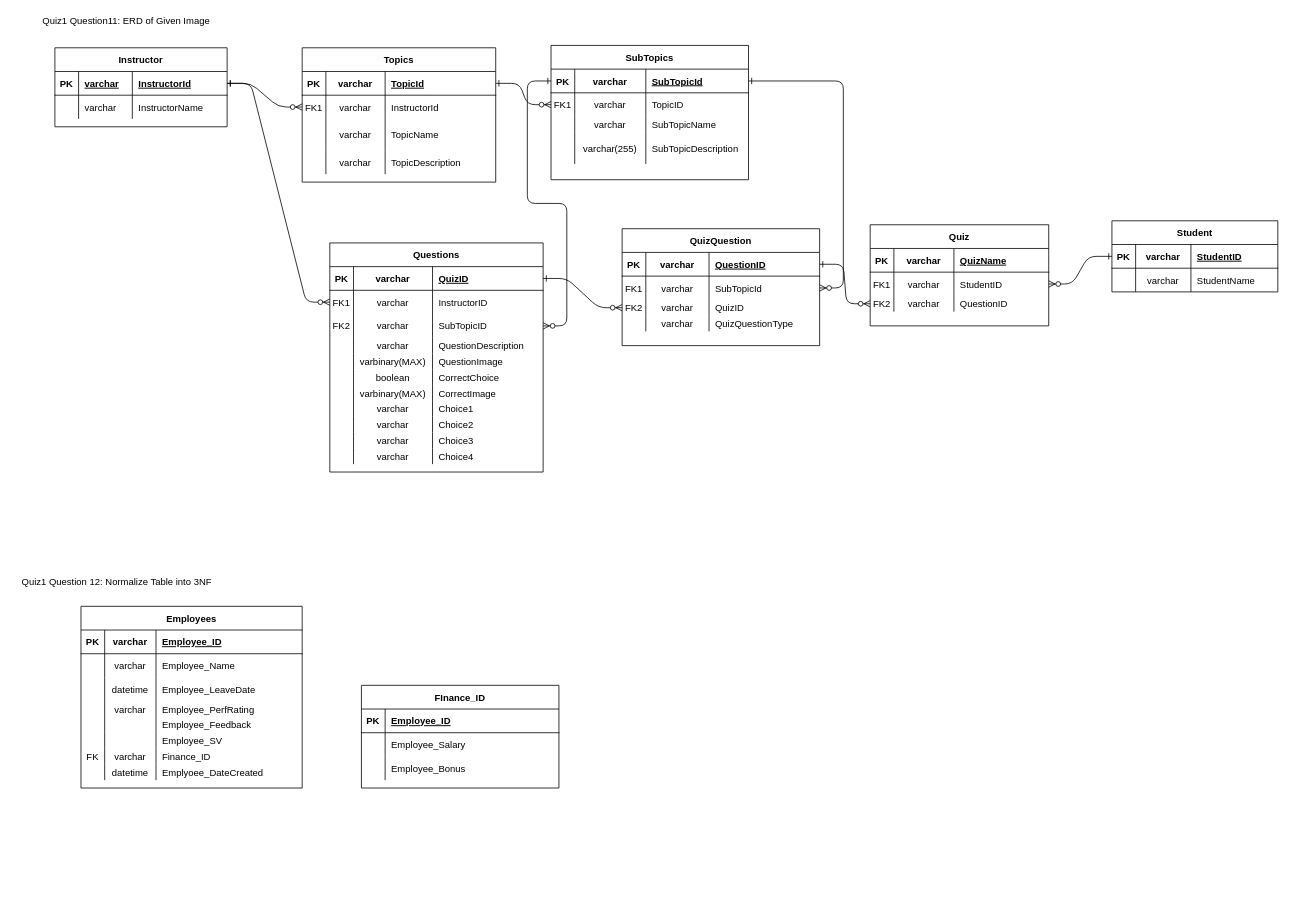
Above: Quiz1Part1_111021.drawio in AmirAini/portfolio1 (draw.io), before the change. Source tidied: cells renumbered, new cells numbered last; positions are measured from the earlier drawing's top-left corner, leaving out a move shared by most shapes. Both pictures are drawn from the tidied source at 79%, with x=0, y=0 at pixel (13, 13).
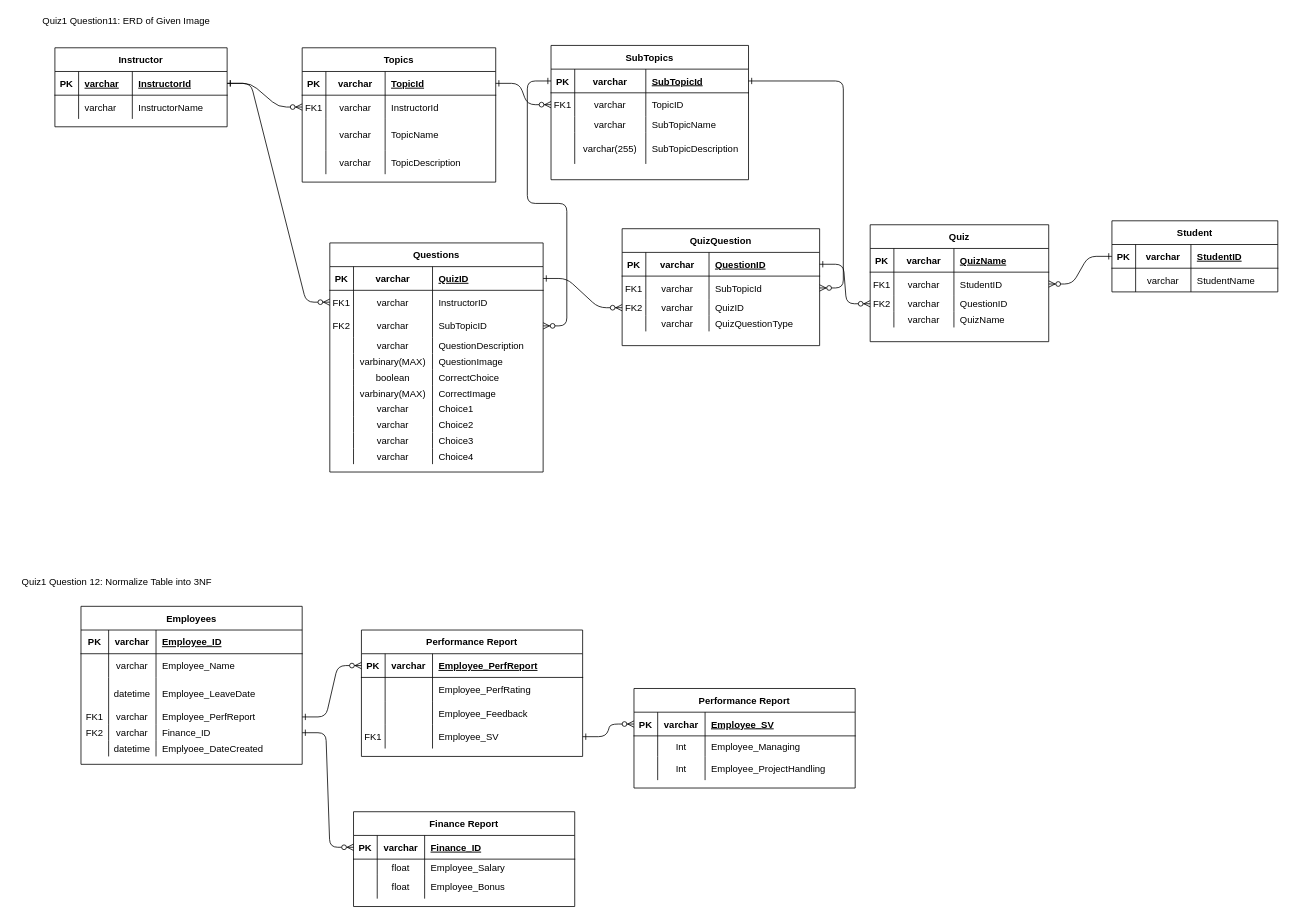
The same diagram, later.

The change refers to these unchanged cells:
```xml
<mxCell id="141" style="shape=partialRectangle;fillColor=none;top=0;left=0;right=0;bottom=1;" parent="140" vertex="1">
  <mxGeometry y="30" width="280" height="30" as="geometry" />
</mxCell>
<mxCell id="145" style="shape=partialRectangle;fillColor=none;top=0;left=0;right=0;bottom=0;" parent="140" vertex="1">
  <mxGeometry y="60" width="280" height="30" as="geometry" />
</mxCell>
```

The edit, as a diff of the source:
```diff
@@
     <mxCell id="125" value="Quiz" style="shape=table;startSize=30;childLayout=tableLayout;rowLines=0;fontStyle=1;align=center;" parent="1" vertex="1">
-      <mxGeometry x="1084" y="267" width="226" height="128" as="geometry" />
+      <mxGeometry x="1084" y="267" width="226" height="148" as="geometry" />
     </mxCell>
@@
+    <mxCell id="183" style="shape=partialRectangle;fillColor=none;top=0;left=0;right=0;bottom=0;" parent="125" vertex="1">
+      <mxGeometry y="110" width="226" height="20" as="geometry" />
+    </mxCell>
+    <mxCell id="184" style="shape=partialRectangle;overflow=hidden;fillColor=none;top=0;left=0;bottom=0;right=0;" parent="183" vertex="1">
+      <mxGeometry width="30" height="20" as="geometry" />
+    </mxCell>
+    <mxCell id="185" value="varchar" style="shape=partialRectangle;overflow=hidden;fillColor=none;top=0;left=0;bottom=0;right=0;" parent="183" vertex="1">
+      <mxGeometry x="30" width="76" height="20" as="geometry" />
+    </mxCell>
+    <mxCell id="186" value="QuizName" style="shape=partialRectangle;overflow=hidden;fillColor=none;top=0;left=0;bottom=0;right=0;align=left;spacingLeft=6;" parent="183" vertex="1">
+      <mxGeometry x="106" width="120" height="20" as="geometry" />
+    </mxCell>
@@
     <mxCell id="140" value="Employees" style="shape=table;startSize=30;childLayout=tableLayout;rowLines=0;fontStyle=1;align=center;" parent="1" vertex="1">
-      <mxGeometry x="85" y="750" width="280" height="230" as="geometry" />
+      <mxGeometry x="85" y="750" width="280" height="200" as="geometry" />
     </mxCell>
@@
     <mxCell id="142" value="PK" style="shape=partialRectangle;overflow=hidden;fillColor=none;top=0;left=0;bottom=0;right=0;fontStyle=1;" parent="141" vertex="1">
-      <mxGeometry width="30" height="30" as="geometry" />
+      <mxGeometry width="35" height="30" as="geometry" />
     </mxCell>
     <mxCell id="143" value="varchar" style="shape=partialRectangle;overflow=hidden;fillColor=none;top=0;left=0;bottom=0;right=0;fontStyle=1;" parent="141" vertex="1">
-      <mxGeometry x="30" width="65" height="30" as="geometry" />
+      <mxGeometry x="35" width="60" height="30" as="geometry" />
     </mxCell>
@@
     <mxCell id="146" style="shape=partialRectangle;overflow=hidden;fillColor=none;top=0;left=0;bottom=0;right=0;" parent="145" vertex="1">
-      <mxGeometry width="30" height="30" as="geometry" />
+      <mxGeometry width="35" height="30" as="geometry" />
     </mxCell>
     <mxCell id="147" value="varchar" style="shape=partialRectangle;overflow=hidden;fillColor=none;top=0;left=0;bottom=0;right=0;" parent="145" vertex="1">
-      <mxGeometry x="30" width="65" height="30" as="geometry" />
+      <mxGeometry x="35" width="60" height="30" as="geometry" />
     </mxCell>
@@
     <mxCell id="149" style="shape=partialRectangle;fillColor=none;top=0;left=0;right=0;bottom=0;" parent="140" vertex="1">
-      <mxGeometry y="90" width="280" height="30" as="geometry" />
+      <mxGeometry y="90" width="280" height="40" as="geometry" />
     </mxCell>
     <mxCell id="150" style="shape=partialRectangle;overflow=hidden;fillColor=none;top=0;left=0;bottom=0;right=0;" parent="149" vertex="1">
-      <mxGeometry width="30" height="30" as="geometry" />
+      <mxGeometry width="35" height="40" as="geometry" />
     </mxCell>
     <mxCell id="151" value="datetime" style="shape=partialRectangle;overflow=hidden;fillColor=none;top=0;left=0;bottom=0;right=0;" parent="149" vertex="1">
-      <mxGeometry x="30" width="65" height="30" as="geometry" />
+      <mxGeometry x="35" width="60" height="40" as="geometry" />
     </mxCell>
     <mxCell id="152" value="Employee_LeaveDate" style="shape=partialRectangle;overflow=hidden;fillColor=none;top=0;left=0;bottom=0;right=0;align=left;spacingLeft=6;" parent="149" vertex="1">
-      <mxGeometry x="95" width="185" height="30" as="geometry" />
+      <mxGeometry x="95" width="185" height="40" as="geometry" />
     </mxCell>
     <mxCell id="153" style="shape=partialRectangle;fillColor=none;points=[[0,0.5],[1,0.5]];portConstraint=eastwest;top=0;left=0;right=0;bottom=0;" parent="140" vertex="1">
-      <mxGeometry y="120" width="280" height="20" as="geometry" />
+      <mxGeometry y="130" width="280" height="20" as="geometry" />
     </mxCell>
-    <mxCell id="154" style="shape=partialRectangle;overflow=hidden;fillColor=none;top=0;left=0;bottom=0;right=0;" parent="153" vertex="1">
-      <mxGeometry width="30" height="20" as="geometry" />
+    <mxCell id="154" value="FK1" style="shape=partialRectangle;overflow=hidden;fillColor=none;top=0;left=0;bottom=0;right=0;" parent="153" vertex="1">
+      <mxGeometry width="35" height="20" as="geometry" />
     </mxCell>
     <mxCell id="155" value="varchar" style="shape=partialRectangle;overflow=hidden;fillColor=none;top=0;left=0;bottom=0;right=0;" parent="153" vertex="1">
-      <mxGeometry x="30" width="65" height="20" as="geometry" />
+      <mxGeometry x="35" width="60" height="20" as="geometry" />
     </mxCell>
-    <mxCell id="156" value="Employee_PerfRating" style="shape=partialRectangle;overflow=hidden;fillColor=none;top=0;left=0;bottom=0;right=0;align=left;spacingLeft=6;" parent="153" vertex="1">
+    <mxCell id="156" value="Employee_PerfReport" style="shape=partialRectangle;overflow=hidden;fillColor=none;top=0;left=0;bottom=0;right=0;align=left;spacingLeft=6;" parent="153" vertex="1">
       <mxGeometry x="95" width="185" height="20" as="geometry" />
     </mxCell>
-    <mxCell id="157" style="shape=partialRectangle;fillColor=none;top=0;left=0;right=0;bottom=0;" parent="140" vertex="1">
-      <mxGeometry y="140" width="280" height="20" as="geometry" />
-    </mxCell>
-    <mxCell id="158" style="shape=partialRectangle;overflow=hidden;fillColor=none;top=0;left=0;bottom=0;right=0;" parent="157" vertex="1">
-      <mxGeometry width="30" height="20" as="geometry" />
-    </mxCell>
-    <mxCell id="159" style="shape=partialRectangle;overflow=hidden;fillColor=none;top=0;left=0;bottom=0;right=0;" parent="157" vertex="1">
-      <mxGeometry x="30" width="65" height="20" as="geometry" />
-    </mxCell>
-    <mxCell id="160" value="Employee_Feedback" style="shape=partialRectangle;overflow=hidden;fillColor=none;top=0;left=0;bottom=0;right=0;align=left;spacingLeft=6;" parent="157" vertex="1">
-      <mxGeometry x="95" width="185" height="20" as="geometry" />
-    </mxCell>
-    <mxCell id="161" style="shape=partialRectangle;fillColor=none;top=0;left=0;right=0;bottom=0;" parent="140" vertex="1">
-      <mxGeometry y="160" width="280" height="20" as="geometry" />
-    </mxCell>
-    <mxCell id="162" style="shape=partialRectangle;overflow=hidden;fillColor=none;top=0;left=0;bottom=0;right=0;" parent="161" vertex="1">
-      <mxGeometry width="30" height="20" as="geometry" />
-    </mxCell>
-    <mxCell id="163" style="shape=partialRectangle;overflow=hidden;fillColor=none;top=0;left=0;bottom=0;right=0;" parent="161" vertex="1">
-      <mxGeometry x="30" width="65" height="20" as="geometry" />
-    </mxCell>
-    <mxCell id="164" value="Employee_SV" style="shape=partialRectangle;overflow=hidden;fillColor=none;top=0;left=0;bottom=0;right=0;align=left;spacingLeft=6;" parent="161" vertex="1">
-      <mxGeometry x="95" width="185" height="20" as="geometry" />
-    </mxCell>
     <mxCell id="165" style="shape=partialRectangle;fillColor=none;points=[[0,0.5],[1,0.5]];portConstraint=eastwest;top=0;left=0;right=0;bottom=0;" parent="140" vertex="1">
-      <mxGeometry y="180" width="280" height="20" as="geometry" />
+      <mxGeometry y="150" width="280" height="20" as="geometry" />
     </mxCell>
-    <mxCell id="166" value="FK" style="shape=partialRectangle;overflow=hidden;fillColor=none;top=0;left=0;bottom=0;right=0;" parent="165" vertex="1">
-      <mxGeometry width="30" height="20" as="geometry" />
+    <mxCell id="166" value="FK2" style="shape=partialRectangle;overflow=hidden;fillColor=none;top=0;left=0;bottom=0;right=0;" parent="165" vertex="1">
+      <mxGeometry width="35" height="20" as="geometry" />
     </mxCell>
     <mxCell id="167" value="varchar" style="shape=partialRectangle;overflow=hidden;fillColor=none;top=0;left=0;bottom=0;right=0;" parent="165" vertex="1">
-      <mxGeometry x="30" width="65" height="20" as="geometry" />
+      <mxGeometry x="35" width="60" height="20" as="geometry" />
     </mxCell>
@@
     <mxCell id="169" style="shape=partialRectangle;fillColor=none;top=0;left=0;right=0;bottom=0;" parent="140" vertex="1">
-      <mxGeometry y="200" width="280" height="20" as="geometry" />
+      <mxGeometry y="170" width="280" height="20" as="geometry" />
     </mxCell>
     <mxCell id="170" style="shape=partialRectangle;overflow=hidden;fillColor=none;top=0;left=0;bottom=0;right=0;" parent="169" vertex="1">
-      <mxGeometry width="30" height="20" as="geometry" />
+      <mxGeometry width="35" height="20" as="geometry" />
     </mxCell>
     <mxCell id="171" value="datetime" style="shape=partialRectangle;overflow=hidden;fillColor=none;top=0;left=0;bottom=0;right=0;" parent="169" vertex="1">
-      <mxGeometry x="30" width="65" height="20" as="geometry" />
+      <mxGeometry x="35" width="60" height="20" as="geometry" />
     </mxCell>
@@
-    <mxCell id="173" value="FInance_ID" style="shape=table;startSize=30;childLayout=tableLayout;rowLines=0;fontStyle=1;align=center;" parent="1" vertex="1">
-      <mxGeometry x="440" y="850" width="250" height="130" as="geometry" />
+    <mxCell id="173" value="Finance Report" style="shape=table;startSize=30;childLayout=tableLayout;rowLines=0;fontStyle=1;align=center;" parent="1" vertex="1">
+      <mxGeometry x="430" y="1010" width="280" height="120" as="geometry" />
     </mxCell>
     <mxCell id="174" style="shape=partialRectangle;fillColor=none;points=[[0,0.5],[1,0.5]];portConstraint=eastwest;top=0;left=0;right=0;bottom=1;" parent="173" vertex="1">
-      <mxGeometry y="30" width="250" height="30" as="geometry" />
+      <mxGeometry y="30" width="280" height="30" as="geometry" />
     </mxCell>
@@
+    <mxCell id="187" value="varchar" style="shape=partialRectangle;overflow=hidden;fillColor=none;top=0;left=0;bottom=0;right=0;fontStyle=1;" parent="174" vertex="1">
+      <mxGeometry x="30" width="60" height="30" as="geometry" />
+    </mxCell>
-    <mxCell id="176" value="Employee_ID" style="shape=partialRectangle;overflow=hidden;fillColor=none;top=0;left=0;bottom=0;right=0;align=left;spacingLeft=6;fontStyle=5;" parent="174" vertex="1">
-      <mxGeometry x="30" width="220" height="30" as="geometry" />
+    <mxCell id="176" value="Finance_ID" style="shape=partialRectangle;overflow=hidden;fillColor=none;top=0;left=0;bottom=0;right=0;align=left;spacingLeft=6;fontStyle=5;" parent="174" vertex="1">
+      <mxGeometry x="90" width="190" height="30" as="geometry" />
     </mxCell>
     <mxCell id="177" style="shape=partialRectangle;fillColor=none;top=0;left=0;right=0;bottom=0;" parent="173" vertex="1">
-      <mxGeometry y="60" width="250" height="30" as="geometry" />
+      <mxGeometry y="60" width="280" height="20" as="geometry" />
     </mxCell>
     <mxCell id="178" style="shape=partialRectangle;overflow=hidden;fillColor=none;top=0;left=0;bottom=0;right=0;" parent="177" vertex="1">
-      <mxGeometry width="30" height="30" as="geometry" />
+      <mxGeometry width="30" height="20" as="geometry" />
     </mxCell>
+    <mxCell id="188" value="float" style="shape=partialRectangle;overflow=hidden;fillColor=none;top=0;left=0;bottom=0;right=0;" parent="177" vertex="1">
+      <mxGeometry x="30" width="60" height="20" as="geometry" />
+    </mxCell>
     <mxCell id="179" value="Employee_Salary" style="shape=partialRectangle;overflow=hidden;fillColor=none;top=0;left=0;bottom=0;right=0;align=left;spacingLeft=6;" parent="177" vertex="1">
-      <mxGeometry x="30" width="220" height="30" as="geometry" />
+      <mxGeometry x="90" width="190" height="20" as="geometry" />
     </mxCell>
     <mxCell id="180" style="shape=partialRectangle;fillColor=none;top=0;left=0;right=0;bottom=0;" parent="173" vertex="1">
-      <mxGeometry y="90" width="250" height="30" as="geometry" />
+      <mxGeometry y="80" width="280" height="30" as="geometry" />
     </mxCell>
@@
+    <mxCell id="189" value="float" style="shape=partialRectangle;overflow=hidden;fillColor=none;top=0;left=0;bottom=0;right=0;" parent="180" vertex="1">
+      <mxGeometry x="30" width="60" height="30" as="geometry" />
+    </mxCell>
     <mxCell id="182" value="Employee_Bonus" style="shape=partialRectangle;overflow=hidden;fillColor=none;top=0;left=0;bottom=0;right=0;align=left;spacingLeft=6;" parent="180" vertex="1">
-      <mxGeometry x="30" width="220" height="30" as="geometry" />
+      <mxGeometry x="90" width="190" height="30" as="geometry" />
     </mxCell>
+    <mxCell id="190" style="edgeStyle=entityRelationEdgeStyle;endArrow=ERzeroToMany;startArrow=ERone;endFill=1;startFill=0;entryX=0;entryY=0.5;entryDx=0;entryDy=0;" parent="1" edge="1" source="165" target="174">
+      <mxGeometry relative="1" as="geometry" />
+    </mxCell>
+    <mxCell id="191" value="Performance Report" style="shape=table;startSize=30;childLayout=tableLayout;rowLines=0;fontStyle=1;align=center;" parent="1" vertex="1">
+      <mxGeometry x="440" y="780" width="280" height="160" as="geometry" />
+    </mxCell>
+    <mxCell id="192" style="shape=partialRectangle;fillColor=none;points=[[0,0.5],[1,0.5]];portConstraint=eastwest;top=0;left=0;right=0;bottom=1;" parent="191" vertex="1">
+      <mxGeometry y="30" width="280" height="30" as="geometry" />
+    </mxCell>
+    <mxCell id="193" value="PK" style="shape=partialRectangle;overflow=hidden;fillColor=none;top=0;left=0;bottom=0;right=0;fontStyle=1;" parent="192" vertex="1">
+      <mxGeometry width="30" height="30" as="geometry" />
+    </mxCell>
+    <mxCell id="194" value="varchar" style="shape=partialRectangle;overflow=hidden;fillColor=none;top=0;left=0;bottom=0;right=0;fontStyle=1;" parent="192" vertex="1">
+      <mxGeometry x="30" width="60" height="30" as="geometry" />
+    </mxCell>
+    <mxCell id="195" value="Employee_PerfReport" style="shape=partialRectangle;overflow=hidden;fillColor=none;top=0;left=0;bottom=0;right=0;align=left;spacingLeft=6;fontStyle=5;" parent="192" vertex="1">
+      <mxGeometry x="90" width="190" height="30" as="geometry" />
+    </mxCell>
+    <mxCell id="196" style="shape=partialRectangle;fillColor=none;top=0;left=0;right=0;bottom=0;" parent="191" vertex="1">
+      <mxGeometry y="60" width="280" height="30" as="geometry" />
+    </mxCell>
+    <mxCell id="197" style="shape=partialRectangle;overflow=hidden;fillColor=none;top=0;left=0;bottom=0;right=0;" parent="196" vertex="1">
+      <mxGeometry width="30" height="30" as="geometry" />
+    </mxCell>
+    <mxCell id="198" style="shape=partialRectangle;overflow=hidden;fillColor=none;top=0;left=0;bottom=0;right=0;" parent="196" vertex="1">
+      <mxGeometry x="30" width="60" height="30" as="geometry" />
+    </mxCell>
+    <mxCell id="199" value="Employee_PerfRating" style="shape=partialRectangle;overflow=hidden;fillColor=none;top=0;left=0;bottom=0;right=0;align=left;spacingLeft=6;" parent="196" vertex="1">
+      <mxGeometry x="90" width="190" height="30" as="geometry" />
+    </mxCell>
+    <mxCell id="200" style="shape=partialRectangle;fillColor=none;top=0;left=0;right=0;bottom=0;" parent="191" vertex="1">
+      <mxGeometry y="90" width="280" height="30" as="geometry" />
+    </mxCell>
+    <mxCell id="201" style="shape=partialRectangle;overflow=hidden;fillColor=none;top=0;left=0;bottom=0;right=0;" parent="200" vertex="1">
+      <mxGeometry width="30" height="30" as="geometry" />
+    </mxCell>
+    <mxCell id="202" style="shape=partialRectangle;overflow=hidden;fillColor=none;top=0;left=0;bottom=0;right=0;" parent="200" vertex="1">
+      <mxGeometry x="30" width="60" height="30" as="geometry" />
+    </mxCell>
+    <mxCell id="160" value="Employee_Feedback" style="shape=partialRectangle;overflow=hidden;fillColor=none;top=0;left=0;bottom=0;right=0;align=left;spacingLeft=6;" parent="200" vertex="1">
+      <mxGeometry x="90" width="190" height="30" as="geometry" />
+    </mxCell>
+    <mxCell id="203" style="shape=partialRectangle;fillColor=none;points=[[0,0.5],[1,0.5]];portConstraint=eastwest;top=0;left=0;right=0;bottom=0;" parent="191" vertex="1">
+      <mxGeometry y="120" width="280" height="30" as="geometry" />
+    </mxCell>
+    <mxCell id="204" value="FK1" style="shape=partialRectangle;overflow=hidden;fillColor=none;top=0;left=0;bottom=0;right=0;" parent="203" vertex="1">
+      <mxGeometry width="30" height="30" as="geometry" />
+    </mxCell>
+    <mxCell id="205" style="shape=partialRectangle;overflow=hidden;fillColor=none;top=0;left=0;bottom=0;right=0;" parent="203" vertex="1">
+      <mxGeometry x="30" width="60" height="30" as="geometry" />
+    </mxCell>
+    <mxCell id="164" value="Employee_SV" style="shape=partialRectangle;overflow=hidden;fillColor=none;top=0;left=0;bottom=0;right=0;align=left;spacingLeft=6;" parent="203" vertex="1">
+      <mxGeometry x="90" width="190" height="30" as="geometry" />
+    </mxCell>
+    <mxCell id="206" style="edgeStyle=entityRelationEdgeStyle;endArrow=ERzeroToMany;startArrow=ERone;endFill=1;startFill=0;entryX=0;entryY=0.5;entryDx=0;entryDy=0;exitX=1;exitY=0.5;exitDx=0;exitDy=0;" parent="1" edge="1" source="153" target="192">
+      <mxGeometry relative="1" as="geometry" />
+    </mxCell>
+    <mxCell id="207" value="Performance Report" style="shape=table;startSize=30;childLayout=tableLayout;rowLines=0;fontStyle=1;align=center;" parent="1" vertex="1">
+      <mxGeometry x="785" y="854" width="280" height="126" as="geometry" />
+    </mxCell>
+    <mxCell id="208" style="shape=partialRectangle;fillColor=none;points=[[0,0.5],[1,0.5]];portConstraint=eastwest;top=0;left=0;right=0;bottom=1;" parent="207" vertex="1">
+      <mxGeometry y="30" width="280" height="30" as="geometry" />
+    </mxCell>
+    <mxCell id="209" value="PK" style="shape=partialRectangle;overflow=hidden;fillColor=none;top=0;left=0;bottom=0;right=0;fontStyle=1;" parent="208" vertex="1">
+      <mxGeometry width="30" height="30" as="geometry" />
+    </mxCell>
+    <mxCell id="210" value="varchar" style="shape=partialRectangle;overflow=hidden;fillColor=none;top=0;left=0;bottom=0;right=0;fontStyle=1;" parent="208" vertex="1">
+      <mxGeometry x="30" width="60" height="30" as="geometry" />
+    </mxCell>
+    <mxCell id="211" value="Employee_SV" style="shape=partialRectangle;overflow=hidden;fillColor=none;top=0;left=0;bottom=0;right=0;align=left;spacingLeft=6;fontStyle=5;" parent="208" vertex="1">
+      <mxGeometry x="90" width="190" height="30" as="geometry" />
+    </mxCell>
+    <mxCell id="212" style="shape=partialRectangle;fillColor=none;top=0;left=0;right=0;bottom=0;" parent="207" vertex="1">
+      <mxGeometry y="60" width="280" height="26" as="geometry" />
+    </mxCell>
+    <mxCell id="213" style="shape=partialRectangle;overflow=hidden;fillColor=none;top=0;left=0;bottom=0;right=0;" parent="212" vertex="1">
+      <mxGeometry width="30" height="26" as="geometry" />
+    </mxCell>
+    <mxCell id="214" value="Int" style="shape=partialRectangle;overflow=hidden;fillColor=none;top=0;left=0;bottom=0;right=0;" parent="212" vertex="1">
+      <mxGeometry x="30" width="60" height="26" as="geometry" />
+    </mxCell>
+    <mxCell id="215" value="Employee_Managing" style="shape=partialRectangle;overflow=hidden;fillColor=none;top=0;left=0;bottom=0;right=0;align=left;spacingLeft=6;" parent="212" vertex="1">
+      <mxGeometry x="90" width="190" height="26" as="geometry" />
+    </mxCell>
+    <mxCell id="216" style="shape=partialRectangle;fillColor=none;top=0;left=0;right=0;bottom=0;" parent="207" vertex="1">
+      <mxGeometry y="86" width="280" height="30" as="geometry" />
+    </mxCell>
+    <mxCell id="217" style="shape=partialRectangle;overflow=hidden;fillColor=none;top=0;left=0;bottom=0;right=0;" parent="216" vertex="1">
+      <mxGeometry width="30" height="30" as="geometry" />
+    </mxCell>
+    <mxCell id="218" value="Int" style="shape=partialRectangle;overflow=hidden;fillColor=none;top=0;left=0;bottom=0;right=0;" parent="216" vertex="1">
+      <mxGeometry x="30" width="60" height="30" as="geometry" />
+    </mxCell>
+    <mxCell id="219" value="Employee_ProjectHandling" style="shape=partialRectangle;overflow=hidden;fillColor=none;top=0;left=0;bottom=0;right=0;align=left;spacingLeft=6;" parent="216" vertex="1">
+      <mxGeometry x="90" width="190" height="30" as="geometry" />
+    </mxCell>
+    <mxCell id="220" style="edgeStyle=entityRelationEdgeStyle;endArrow=ERzeroToMany;startArrow=ERone;endFill=1;startFill=0;" parent="1" edge="1" source="203" target="208">
+      <mxGeometry relative="1" as="geometry" />
+    </mxCell>
```
